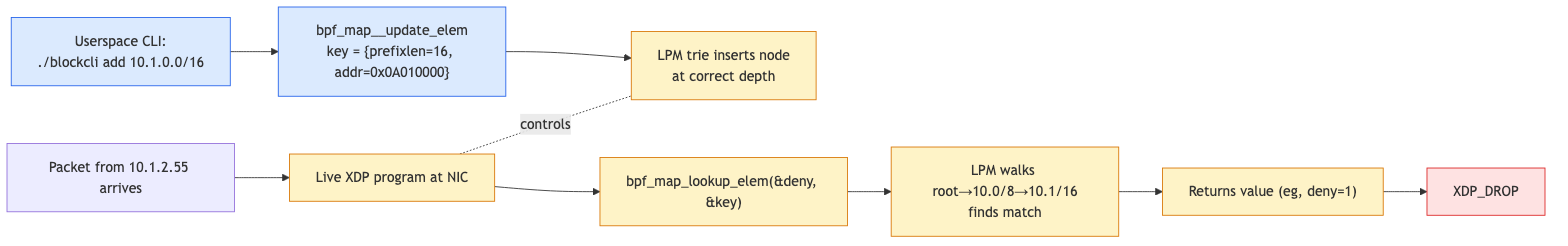
Earlier version of the Mermaid export ebpf/src/diagrams/day15_lookup_flow.png (biefy/books). Its source is kept beside it as ebpf/src/diagrams/src/day15_lookup_flow.mmd. Source of this version:
```mermaid
flowchart LR
    A["Userspace CLI:<br/>./blockcli add 10.1.0.0/16"]
    B["bpf_map__update_elem<br/>key = {prefixlen=16, addr=0x0A010000}"]
    C["LPM trie inserts node<br/>at correct depth"]

    D["Live XDP program at NIC"]
    E["Packet from 10.1.2.55 arrives"]
    F["bpf_map_lookup_elem(&deny, &key)"]
    G["LPM walks root→10.0/8→10.1/16<br/>finds match"]
    H["Returns value (eg, deny=1)"]
    I["XDP_DROP"]

    A --> B --> C
    D -.controls.- C
    E --> D --> F --> G --> H --> I

    classDef us fill:#dbeafe,stroke:#2563eb
    classDef bpf fill:#fef3c7,stroke:#d97706
    classDef ok fill:#dcfce7,stroke:#16a34a
    classDef bad fill:#fee2e2,stroke:#dc2626
    class A,B us
    class C,D,F,G,H bpf
    class I bad
```
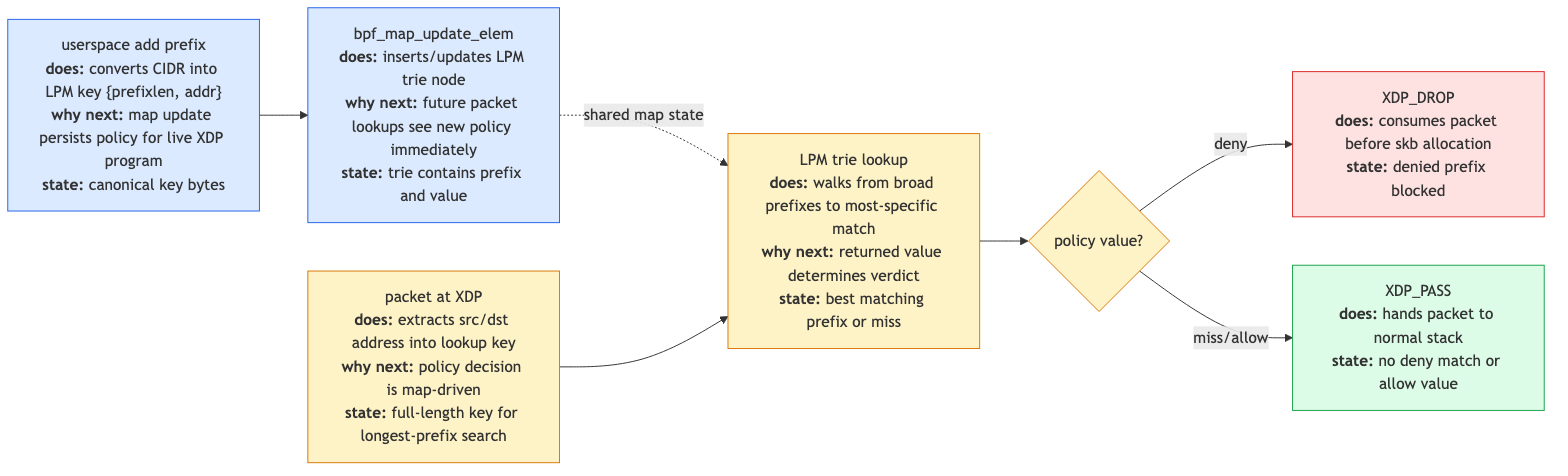
Later version of the same file.

What changed in the source:
```diff
@@ -1,23 +1,23 @@
 flowchart LR
-    A["Userspace CLI:<br/>./blockcli add 10.1.0.0/16"]
-    B["bpf_map__update_elem<br/>key = {prefixlen=16, addr=0x0A010000}"]
-    C["LPM trie inserts node<br/>at correct depth"]
+    CLI["userspace add prefix<br/><b>does:</b> converts CIDR into LPM key {prefixlen, addr}<br/><b>why next:</b> map update persists policy for live XDP program<br/><b>state:</b> canonical key bytes"]
+    Update["bpf_map_update_elem<br/><b>does:</b> inserts/updates LPM trie node<br/><b>why next:</b> future packet lookups see new policy immediately<br/><b>state:</b> trie contains prefix and value"]
+    Packet["packet at XDP<br/><b>does:</b> extracts src/dst address into lookup key<br/><b>why next:</b> policy decision is map-driven<br/><b>state:</b> full-length key for longest-prefix search"]
+    Lookup["LPM trie lookup<br/><b>does:</b> walks from broad prefixes to most-specific match<br/><b>why next:</b> returned value determines verdict<br/><b>state:</b> best matching prefix or miss"]
+    Verdict{"policy value?"}
+    Drop["XDP_DROP<br/><b>does:</b> consumes packet before skb allocation<br/><b>state:</b> denied prefix blocked"]
+    Pass["XDP_PASS<br/><b>does:</b> hands packet to normal stack<br/><b>state:</b> no deny match or allow value"]
 
-    D["Live XDP program at NIC"]
-    E["Packet from 10.1.2.55 arrives"]
-    F["bpf_map_lookup_elem(&deny, &key)"]
-    G["LPM walks root→10.0/8→10.1/16<br/>finds match"]
-    H["Returns value (eg, deny=1)"]
-    I["XDP_DROP"]
-
-    A --> B --> C
-    D -.controls.- C
-    E --> D --> F --> G --> H --> I
+    CLI --> Update
+    Update -. shared map state .-> Lookup
+    Packet --> Lookup --> Verdict
+    Verdict -->|deny| Drop
+    Verdict -->|miss/allow| Pass
 
     classDef us fill:#dbeafe,stroke:#2563eb
     classDef bpf fill:#fef3c7,stroke:#d97706
     classDef ok fill:#dcfce7,stroke:#16a34a
     classDef bad fill:#fee2e2,stroke:#dc2626
-    class A,B us
-    class C,D,F,G,H bpf
-    class I bad
+    class CLI,Update us
+    class Packet,Lookup,Verdict bpf
+    class Pass ok
+    class Drop bad
```
